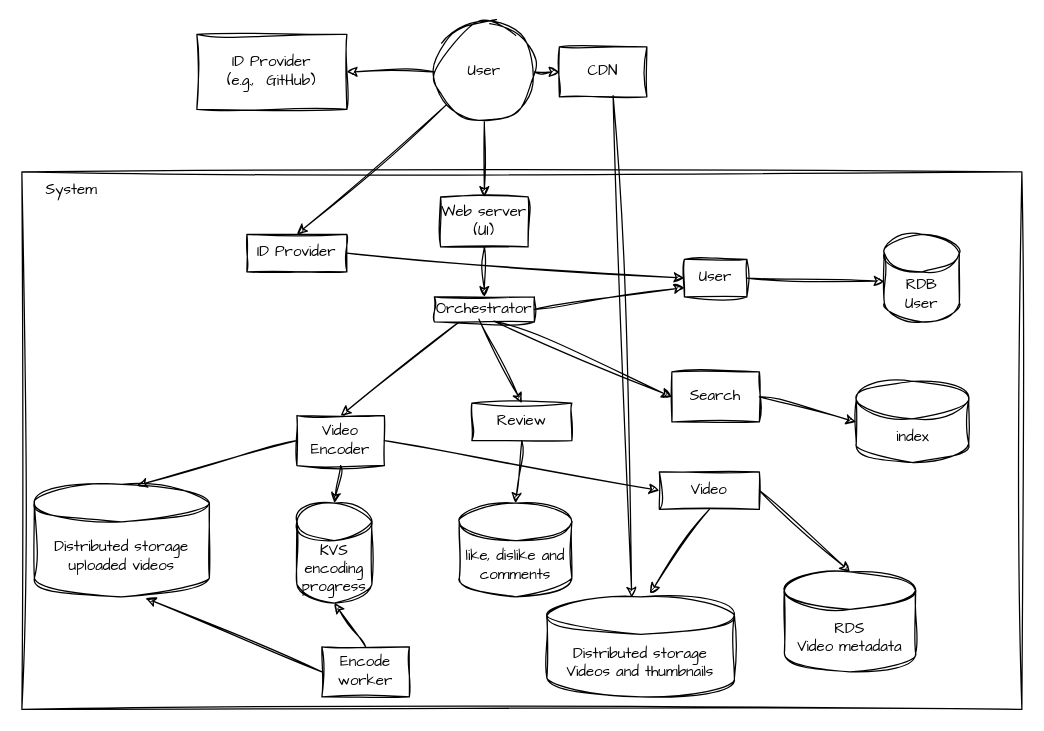
Before: video-streaming/arch.drawio in ryotaro612/ryotaro612.github.io, a draw.io diagram. Source tidied: cells renumbered, new cells numbered last; positions are measured from the earlier drawing's top-left corner, leaving out a move shared by most shapes. Both pictures are drawn from the tidied source at 125%, with x=0, y=0 at pixel (21, 21).
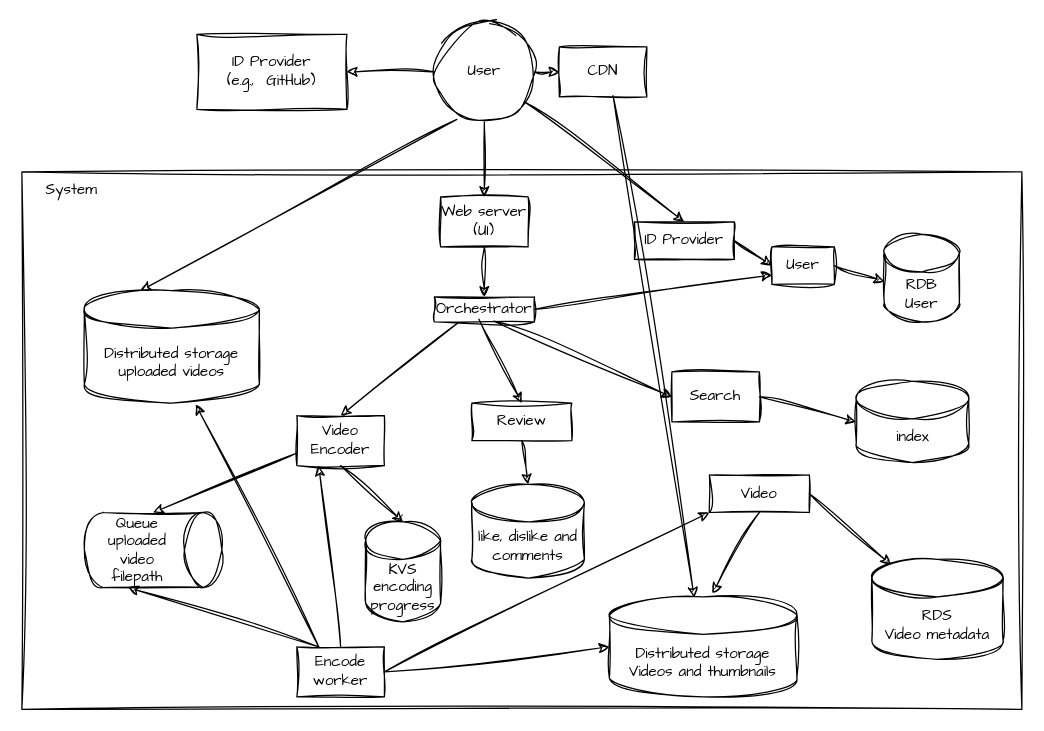
The same diagram, later.

Unchanged cells that the change refers to:
```xml
<mxCell id="2" value="User" style="ellipse;whiteSpace=wrap;html=1;sketch=1;hachureGap=4;jiggle=2;curveFitting=1;fontFamily=Architects Daughter;labelBackgroundColor=none;" parent="1" vertex="1">
  <mxGeometry x="330" width="80" height="80" as="geometry" />
</mxCell>
<mxCell id="21" value="Video Encoder" style="rounded=0;whiteSpace=wrap;html=1;sketch=1;hachureGap=4;jiggle=2;curveFitting=1;fontFamily=Architects Daughter;glass=0;labelBackgroundColor=none;" parent="1" vertex="1">
  <mxGeometry x="220" y="315" width="70" height="40" as="geometry" />
</mxCell>
```

What changed in the source:
```diff
@@
     <mxCell id="8" value="ID Provider" style="rounded=0;whiteSpace=wrap;html=1;sketch=1;hachureGap=4;jiggle=2;curveFitting=1;fontFamily=Architects Daughter;glass=0;labelBackgroundColor=none;" parent="1" vertex="1">
-      <mxGeometry x="180" y="170" width="80" height="30" as="geometry" />
+      <mxGeometry x="490" y="160" width="80" height="30" as="geometry" />
     </mxCell>
     <mxCell id="9" value="User" style="rounded=0;whiteSpace=wrap;html=1;sketch=1;hachureGap=4;jiggle=2;curveFitting=1;fontFamily=Architects Daughter;glass=0;labelBackgroundColor=none;" parent="1" vertex="1">
-      <mxGeometry x="530" y="190" width="50" height="30" as="geometry" />
+      <mxGeometry x="600" y="180" width="50" height="30" as="geometry" />
     </mxCell>
@@
     <mxCell id="16" value="&lt;div&gt;RDS&lt;/div&gt;Video metadata" style="shape=cylinder3;whiteSpace=wrap;html=1;boundedLbl=1;backgroundOutline=1;size=15;sketch=1;hachureGap=4;jiggle=2;curveFitting=1;fontFamily=Architects Daughter;" parent="1" vertex="1">
-      <mxGeometry x="610" y="440" width="105" height="80" as="geometry" />
+      <mxGeometry x="680" y="430" width="105" height="80" as="geometry" />
     </mxCell>
-    <mxCell id="17" style="endArrow=classic;html=1;rounded=0;sketch=1;hachureGap=4;jiggle=2;curveFitting=1;fontFamily=Architects Daughter;entryX=0.5;entryY=0;entryDx=0;entryDy=0;entryPerimeter=0;exitX=1;exitY=0.5;exitDx=0;exitDy=0;" parent="1" edge="1" source="42" target="16">
+    <mxCell id="17" style="endArrow=classic;html=1;rounded=0;sketch=1;hachureGap=4;jiggle=2;curveFitting=1;fontFamily=Architects Daughter;entryX=0.145;entryY=0;entryDx=0;entryDy=4.35;entryPerimeter=0;exitX=1;exitY=0.5;exitDx=0;exitDy=0;" parent="1" edge="1" source="42" target="16">
       <mxGeometry relative="1" as="geometry" />
     </mxCell>
@@
     <mxCell id="19" value="Distributed storage&lt;div&gt;&lt;/div&gt;&lt;div&gt;Videos and thumbnails&lt;/div&gt;" style="shape=cylinder3;whiteSpace=wrap;html=1;boundedLbl=1;backgroundOutline=1;size=15;sketch=1;hachureGap=4;jiggle=2;curveFitting=1;fontFamily=Architects Daughter;" parent="1" vertex="1">
-      <mxGeometry x="420" y="460" width="150" height="80" as="geometry" />
+      <mxGeometry x="470" y="460" width="150" height="80" as="geometry" />
     </mxCell>
@@
     <mxCell id="23" value="&lt;div&gt;Distributed storage&lt;/div&gt;uploaded videos" style="shape=cylinder3;whiteSpace=wrap;html=1;boundedLbl=1;backgroundOutline=1;size=15;sketch=1;hachureGap=4;jiggle=2;curveFitting=1;fontFamily=Architects Daughter;" parent="1" vertex="1">
-      <mxGeometry x="10" y="370" width="140" height="90" as="geometry" />
+      <mxGeometry x="50" y="215" width="140" height="90" as="geometry" />
     </mxCell>
-    <mxCell id="24" style="endArrow=classic;html=1;rounded=0;sketch=1;hachureGap=4;jiggle=2;curveFitting=1;fontFamily=Architects Daughter;entryX=0.586;entryY=0.011;entryDx=0;entryDy=0;exitX=0;exitY=0.5;exitDx=0;exitDy=0;entryPerimeter=0;" parent="1" edge="1" source="21" target="23">
-      <mxGeometry relative="1" as="geometry" />
-    </mxCell>
     <mxCell id="25" value="Encode worker" style="rounded=0;whiteSpace=wrap;html=1;sketch=1;hachureGap=4;jiggle=2;curveFitting=1;fontFamily=Architects Daughter;glass=0;labelBackgroundColor=none;" parent="1" vertex="1">
-      <mxGeometry x="240" y="500" width="70" height="40" as="geometry" />
+      <mxGeometry x="220" y="500" width="70" height="40" as="geometry" />
     </mxCell>
     <mxCell id="26" value="KVS&lt;div&gt;encoding progress&lt;/div&gt;" style="shape=cylinder3;whiteSpace=wrap;html=1;boundedLbl=1;backgroundOutline=1;size=15;sketch=1;hachureGap=4;jiggle=2;curveFitting=1;fontFamily=Architects Daughter;" parent="1" vertex="1">
-      <mxGeometry x="220" y="385" width="60" height="80" as="geometry" />
+      <mxGeometry x="275" y="400" width="60" height="80" as="geometry" />
     </mxCell>
@@
-    <mxCell id="28" style="endArrow=classic;html=1;rounded=0;sketch=1;hachureGap=4;jiggle=2;curveFitting=1;fontFamily=Architects Daughter;entryX=0.5;entryY=1;entryDx=0;entryDy=0;exitX=0.5;exitY=0;exitDx=0;exitDy=0;entryPerimeter=0;" parent="1" edge="1" source="25" target="26">
+    <mxCell id="28" style="endArrow=classic;html=1;rounded=0;sketch=1;hachureGap=4;jiggle=2;curveFitting=1;fontFamily=Architects Daughter;entryX=0.25;entryY=1;entryDx=0;entryDy=0;exitX=0.5;exitY=0;exitDx=0;exitDy=0;" parent="1" edge="1" source="25" target="21">
       <mxGeometry relative="1" as="geometry" />
     </mxCell>
-    <mxCell id="29" style="endArrow=classic;html=1;rounded=0;sketch=1;hachureGap=4;jiggle=2;curveFitting=1;fontFamily=Architects Daughter;entryX=0.636;entryY=1.011;entryDx=0;entryDy=0;entryPerimeter=0;exitX=0;exitY=0.5;exitDx=0;exitDy=0;" parent="1" edge="1" source="25" target="23">
+    <mxCell id="29" style="endArrow=classic;html=1;rounded=0;sketch=1;hachureGap=4;jiggle=2;curveFitting=1;fontFamily=Architects Daughter;entryX=0.636;entryY=1.011;entryDx=0;entryDy=0;entryPerimeter=0;exitX=0.25;exitY=0;exitDx=0;exitDy=0;" parent="1" edge="1" source="25" target="23">
       <mxGeometry relative="1" as="geometry" />
     </mxCell>
@@
-    <mxCell id="38" style="endArrow=classic;html=1;rounded=0;sketch=1;hachureGap=4;jiggle=2;curveFitting=1;fontFamily=Architects Daughter;entryX=0;entryY=0.5;entryDx=0;entryDy=0;exitX=1;exitY=0.5;exitDx=0;exitDy=0;" parent="1" edge="1" source="21" target="42">
-      <mxGeometry relative="1" as="geometry" />
-    </mxCell>
@@
     <mxCell id="40" value="like, dislike and comments" style="shape=cylinder3;whiteSpace=wrap;html=1;boundedLbl=1;backgroundOutline=1;size=15;sketch=1;hachureGap=4;jiggle=2;curveFitting=1;fontFamily=Architects Daughter;" parent="1" vertex="1">
-      <mxGeometry x="350" y="385" width="90" height="75" as="geometry" />
+      <mxGeometry x="360" y="370" width="90" height="75" as="geometry" />
     </mxCell>
@@
     <mxCell id="42" value="Video" style="rounded=0;whiteSpace=wrap;html=1;sketch=1;hachureGap=4;jiggle=2;curveFitting=1;fontFamily=Architects Daughter;glass=0;labelBackgroundColor=none;" parent="1" vertex="1">
-      <mxGeometry x="510" y="360" width="80" height="30" as="geometry" />
+      <mxGeometry x="550" y="362.5" width="80" height="30" as="geometry" />
     </mxCell>
@@
+    <mxCell id="44" style="endArrow=classic;html=1;rounded=0;sketch=1;hachureGap=4;jiggle=2;curveFitting=1;fontFamily=Architects Daughter;entryX=0.321;entryY=0;entryDx=0;entryDy=0;exitX=0.225;exitY=0.975;exitDx=0;exitDy=0;exitPerimeter=0;entryPerimeter=0;" parent="1" edge="1" source="2" target="23">
+      <mxGeometry relative="1" as="geometry" />
+    </mxCell>
+    <mxCell id="45" value="&lt;div&gt;Queue&lt;/div&gt;uploaded video&lt;div&gt;filepath&lt;/div&gt;" style="shape=cylinder3;whiteSpace=wrap;html=1;boundedLbl=1;backgroundOutline=1;size=15;sketch=1;hachureGap=4;jiggle=2;curveFitting=1;fontFamily=Architects Daughter;direction=south;" parent="1" vertex="1">
+      <mxGeometry x="50" y="392.5" width="110" height="60" as="geometry" />
+    </mxCell>
+    <mxCell id="46" style="endArrow=classic;html=1;rounded=0;sketch=1;hachureGap=4;jiggle=2;curveFitting=1;fontFamily=Architects Daughter;exitX=0;exitY=0.75;exitDx=0;exitDy=0;entryX=0;entryY=0.5;entryDx=0;entryDy=0;entryPerimeter=0;" parent="1" edge="1" source="21" target="45">
+      <mxGeometry relative="1" as="geometry" />
+    </mxCell>
+    <mxCell id="47" style="endArrow=classic;html=1;rounded=0;sketch=1;hachureGap=4;jiggle=2;curveFitting=1;fontFamily=Architects Daughter;entryX=1;entryY=0;entryDx=0;entryDy=75;entryPerimeter=0;exitX=0.25;exitY=0;exitDx=0;exitDy=0;" parent="1" edge="1" source="25" target="45">
+      <mxGeometry relative="1" as="geometry" />
+    </mxCell>
+    <mxCell id="48" style="endArrow=classic;html=1;rounded=0;sketch=1;hachureGap=4;jiggle=2;curveFitting=1;fontFamily=Architects Daughter;entryX=0;entryY=1;entryDx=0;entryDy=0;exitX=1;exitY=0.5;exitDx=0;exitDy=0;" parent="1" edge="1" source="25" target="42">
+      <mxGeometry relative="1" as="geometry" />
+    </mxCell>
+    <mxCell id="49" style="endArrow=classic;html=1;rounded=0;sketch=1;hachureGap=4;jiggle=2;curveFitting=1;fontFamily=Architects Daughter;entryX=0;entryY=0.5;entryDx=0;entryDy=0;exitX=1;exitY=0.5;exitDx=0;exitDy=0;entryPerimeter=0;" parent="1" edge="1" source="25" target="19">
+      <mxGeometry relative="1" as="geometry" />
+    </mxCell>
```
